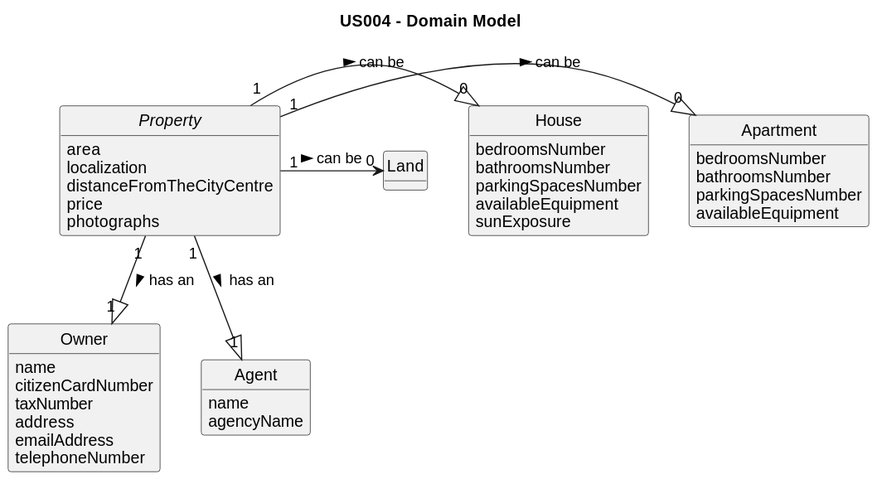
This is docs/sprintA/us004/02.analysis/svg/us004-domain-model.svg from 1220812/LAPR2, a PlantUML export, as it was before one commit. The source it was exported from:
```plantuml
@startuml
skinparam monochrome true
skinparam packageStyle rectangle
skinparam shadowing false


skinparam classAttributeIconSize 0

hide circle
hide methods

title US004 - Domain Model

abstract class Property {
    area
    localization
    distanceFromTheCityCentre
    price
    photographs
}

class Owner {
    name
    citizenCardNumber
    taxNumber
    address
    emailAddress
    telephoneNumber
}

class Land{

}

class House{
    bedroomsNumber
    bathroomsNumber
    parkingSpacesNumber
    availableEquipment
    sunExposure
}

class Apartment{
    bedroomsNumber
    bathroomsNumber
    parkingSpacesNumber
    availableEquipment
}
class Agent{
    name
    agencyName
}

Property "1" --|> "1" Owner : has an >
Property "1" --|> "1" Agent : has an >

Property "1" -R-|> "0" Apartment : can be >
Property "1" -R-|> "0" House : can be >
Property "1" -R-----> "0" Land : can be >
@enduml
```
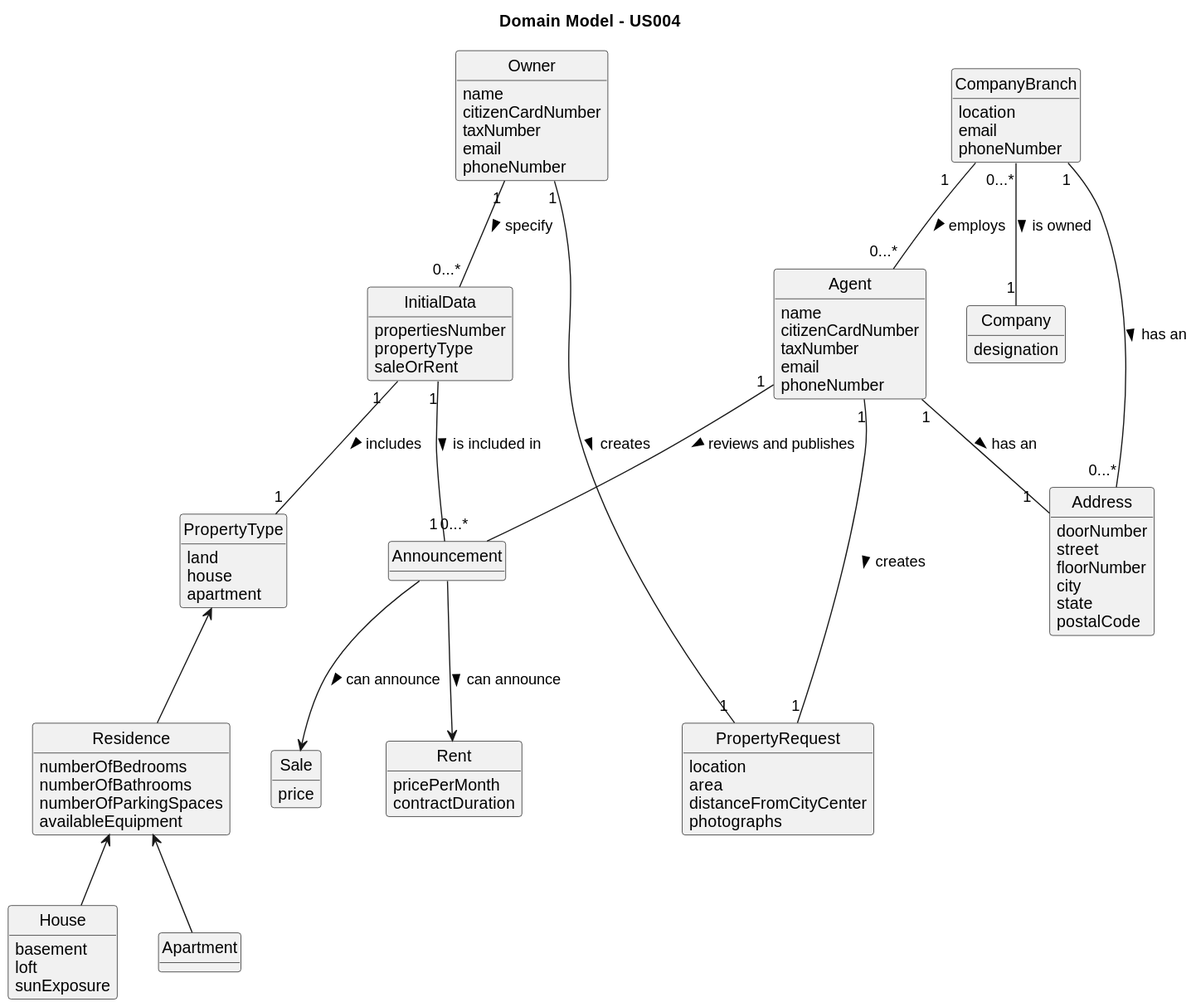
Later version of the same file.

Commit message:
Us004 Domain Model fixed

What changed in the source:
```diff
@@ -9,52 +9,109 @@
 hide circle
 hide methods
 
-title US004 - Domain Model
+title Domain Model - US004
 
-abstract class Property {
-    area
-    localization
-    distanceFromTheCityCentre
-    price
-    photographs
+class Owner{
+name
+citizenCardNumber
+taxNumber
+email
+phoneNumber
 }
 
-class Owner {
-    name
-    citizenCardNumber
-    taxNumber
-    address
-    emailAddress
-    telephoneNumber
+class Address{
+doorNumber
+street
+floorNumber
+city
+state
+postalCode
 }
 
-class Land{
+class CompanyBranch{
+location
+email
+phoneNumber
+}
 
+class Company{
+designation
+}
+
+class Agent{
+name
+citizenCardNumber
+taxNumber
+email
+phoneNumber
+}
+
+class InitialData{
+propertiesNumber
+propertyType
+saleOrRent
+}
+
+class PropertyType{
+land
+house
+apartment
+}
+
+class Rent{
+pricePerMonth
+contractDuration
+}
+
+class Sale{
+price
+}
+
+class PropertyRequest{
+location
+area
+distanceFromCityCenter
+photographs
+}
+
+class Residence{
+numberOfBedrooms
+numberOfBathrooms
+numberOfParkingSpaces
+availableEquipment
 }
 
 class House{
-    bedroomsNumber
-    bathroomsNumber
-    parkingSpacesNumber
-    availableEquipment
-    sunExposure
+basement
+loft
+sunExposure
 }
 
 class Apartment{
-    bedroomsNumber
-    bathroomsNumber
-    parkingSpacesNumber
-    availableEquipment
-}
-class Agent{
-    name
-    agencyName
 }
 
-Property "1" --|> "1" Owner : has an >
-Property "1" --|> "1" Agent : has an >
+class Announcement{
+}
 
-Property "1" -R-|> "0" Apartment : can be >
-Property "1" -R-|> "0" House : can be >
-Property "1" -R-----> "0" Land : can be >
+CompanyBranch "0...*" -- "1" Company : is owned >
+CompanyBranch "1    " -- "0...*" Agent : employs >
+CompanyBranch "1 " -- "0...*" Address : has an >
+
+Agent "1" -- "                                  0...*" Announcement : reviews and publishes >
+Agent "1" -- "1  " Address : has an >
+Agent "1" --- "1" PropertyRequest : creates >
+
+Owner "1" -- "0...*" InitialData : specify >
+Owner "1" -- "1" PropertyRequest : creates >
+
+InitialData "1  " -- "1" PropertyType : includes >
+InitialData "1" -- "      1" Announcement : is included in >
+
+PropertyType <-- Residence
+
+Residence <-- House
+Residence <-- Apartment
+
+Announcement --> Sale : can announce >
+Announcement --> Rent : can announce >
 @enduml
```
